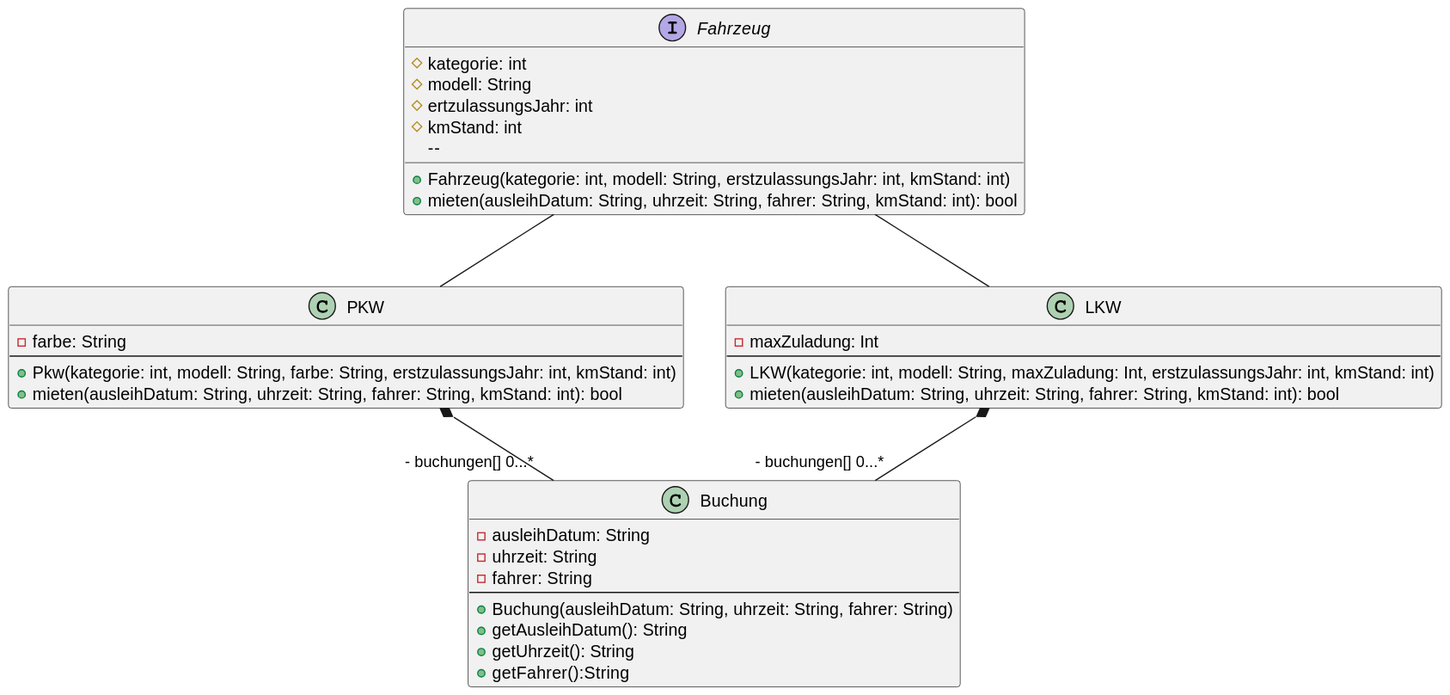
This is out/Berufschule/DesignPattern/extendAutovemietung/extendAutovemietung.svg from Martin1088/Plantuml-With-Screenreader, a PlantUML export, as it was before one commit. Source of this version:
```plantuml
@startuml
interface Fahrzeug{
  # kategorie: int
  # modell: String
  # ertzulassungsJahr: int
  # kmStand: int
    --
  + Fahrzeug(kategorie: int, modell: String, erstzulassungsJahr: int, kmStand: int)
  + mieten(ausleihDatum: String, uhrzeit: String, fahrer: String, kmStand: int): bool

}
class Buchung {
  - ausleihDatum: String
  - uhrzeit: String
  - fahrer: String
  --
  + Buchung(ausleihDatum: String, uhrzeit: String, fahrer: String)
  + getAusleihDatum(): String
  + getUhrzeit(): String
  + getFahrer():String
}

class PKW{
  - farbe: String
  --
  + Pkw(kategorie: int, modell: String, farbe: String, erstzulassungsJahr: int, kmStand: int)
  + mieten(ausleihDatum: String, uhrzeit: String, fahrer: String, kmStand: int): bool
}

class LKW{
-maxZuladung: Int
--
  + LKW(kategorie: int, modell: String, maxZuladung: Int, erstzulassungsJahr: int, kmStand: int)
  + mieten(ausleihDatum: String, uhrzeit: String, fahrer: String, kmStand: int): bool
}

Fahrzeug -- LKW
Fahrzeug -- PKW

PKW *-- "- buchungen[] 0...*" Buchung
LKW *-- "- buchungen[] 0...*" Buchung

@enduml
```
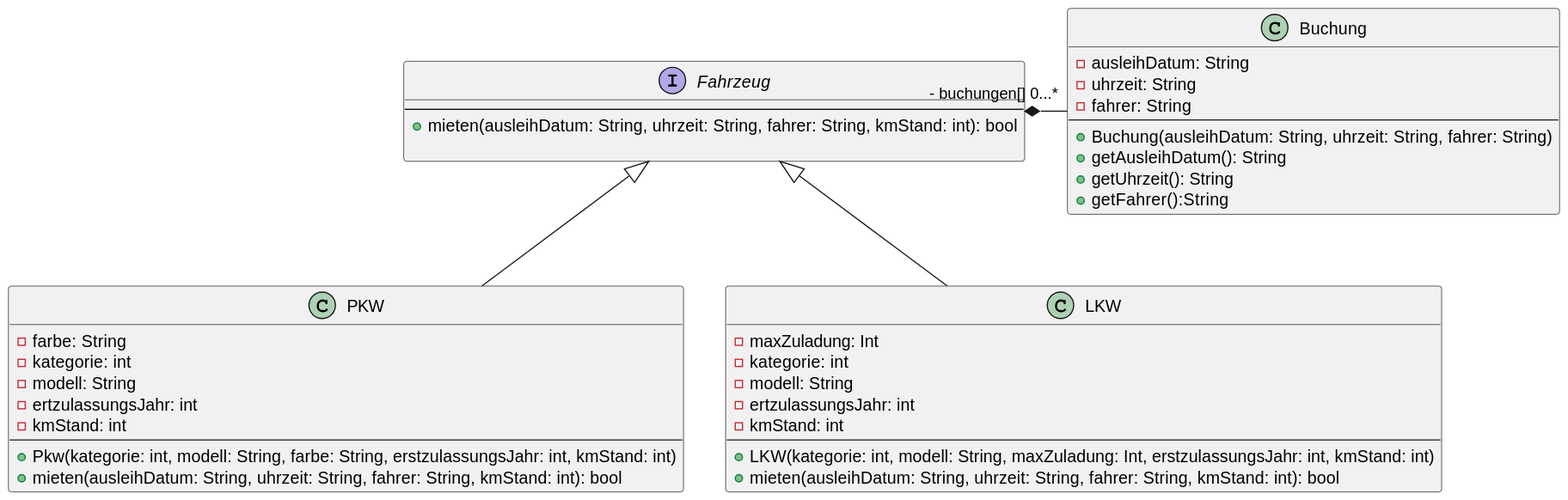
After the commit.

What changed in the source:
```diff
@@ -1,11 +1,6 @@
 @startuml
 interface Fahrzeug{
-  # kategorie: int
-  # modell: String
-  # ertzulassungsJahr: int
-  # kmStand: int
     --
-  + Fahrzeug(kategorie: int, modell: String, erstzulassungsJahr: int, kmStand: int)
   + mieten(ausleihDatum: String, uhrzeit: String, fahrer: String, kmStand: int): bool
 
 }
@@ -22,22 +17,29 @@
 
 class PKW{
   - farbe: String
+  - kategorie: int
+  - modell: String
+  - ertzulassungsJahr: int
+  - kmStand: int
   --
   + Pkw(kategorie: int, modell: String, farbe: String, erstzulassungsJahr: int, kmStand: int)
   + mieten(ausleihDatum: String, uhrzeit: String, fahrer: String, kmStand: int): bool
 }
 
 class LKW{
--maxZuladung: Int
+  - maxZuladung: Int
+  - kategorie: int
+  - modell: String
+  - ertzulassungsJahr: int
+  - kmStand: int
 --
   + LKW(kategorie: int, modell: String, maxZuladung: Int, erstzulassungsJahr: int, kmStand: int)
   + mieten(ausleihDatum: String, uhrzeit: String, fahrer: String, kmStand: int): bool
 }
 
-Fahrzeug -- LKW
-Fahrzeug -- PKW
+Fahrzeug <|-- LKW
+Fahrzeug <|-- PKW
 
-PKW *-- "- buchungen[] 0...*" Buchung
-LKW *-- "- buchungen[] 0...*" Buchung
+Fahrzeug *- "- buchungen[] 0...*" Buchung
 
 @enduml
```
